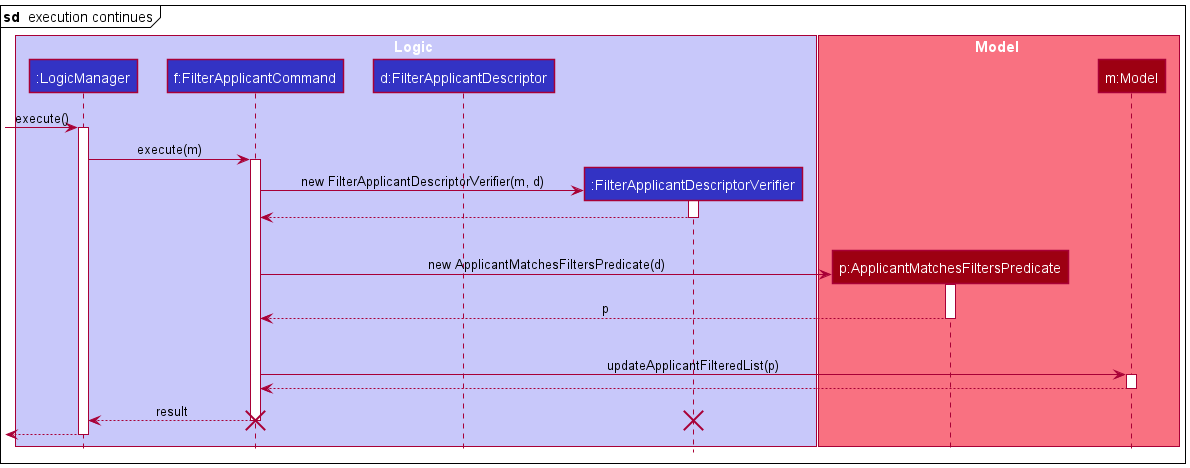
nus-cs2103-AY2122S1/tp keeps this PlantUML diagram as docs/images/FilterApplicantSequenceDiagram1.png. Above is the earlier version.
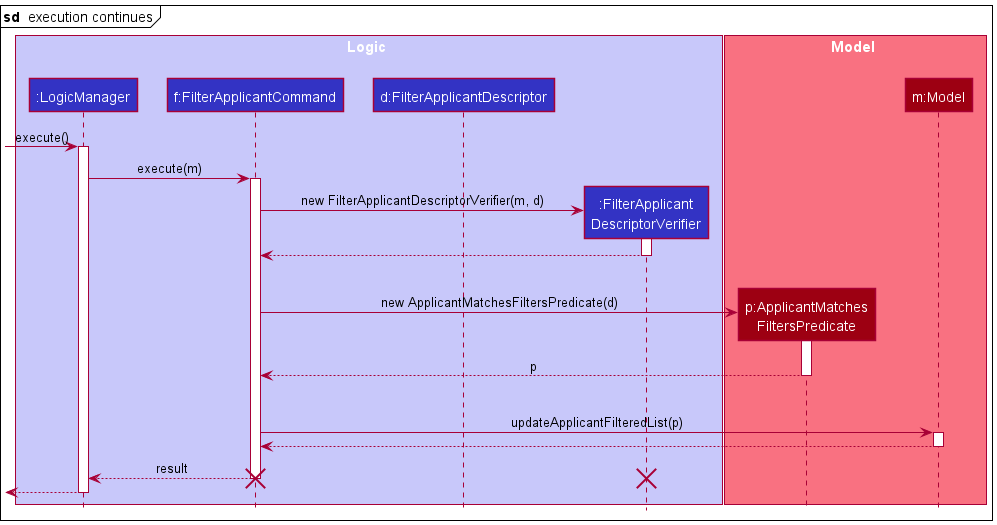
The same diagram one commit later.

Change to the diagram source:
```diff
@@ -7,11 +7,11 @@
 participant ":LogicManager" as LogicManager LOGIC_COLOR
 participant "f:FilterApplicantCommand" as FilterApplicantCommand LOGIC_COLOR
 participant "d:FilterApplicantDescriptor" as FilterApplicantDescriptor LOGIC_COLOR
-participant ":FilterApplicantDescriptorVerifier" as FilterApplicantDescriptorVerifier LOGIC_COLOR
+participant ":FilterApplicant\nDescriptorVerifier" as FilterApplicantDescriptorVerifier LOGIC_COLOR
 end box
 
 box Model MODEL_COLOR_T1
-participant "p:ApplicantMatchesFiltersPredicate" as ApplicantMatchesFiltersPredicate MODEL_COLOR
+participant "p:ApplicantMatches\nFiltersPredicate" as ApplicantMatchesFiltersPredicate MODEL_COLOR
 participant "m:Model" as Model MODEL_COLOR
 end box
 [-> LogicManager : execute()
```
